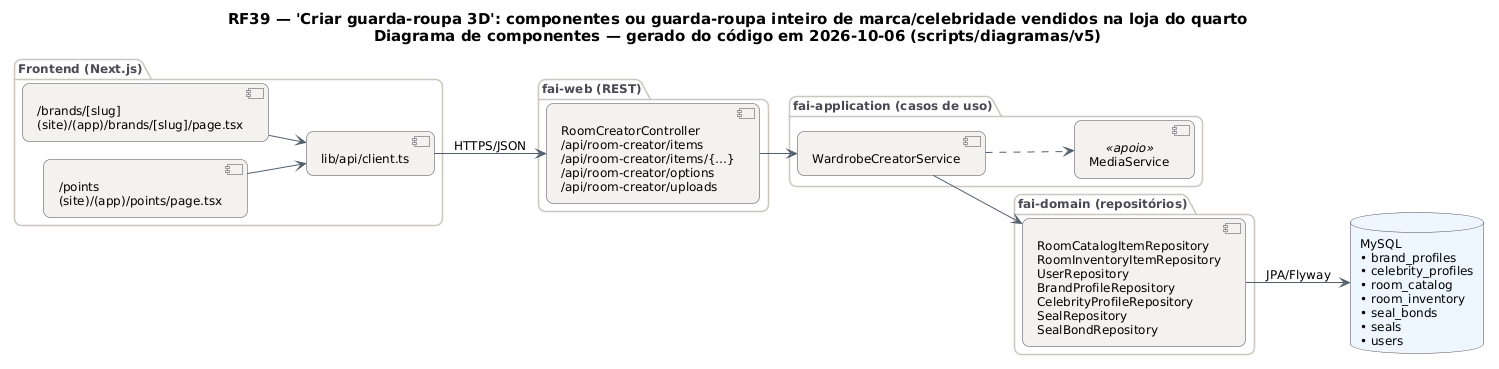
The PlantUML diagram docs/diagramas/RF39/RF39_Componentes.png in MatheusHaliski/tcc-2026-fashion-ai-backend, before a commit. The source it was exported from:
```plantuml
@startuml RF39_Componentes
!pragma layout smetana
skinparam backgroundColor #FFFFFF
skinparam shadowing false
skinparam defaultFontName "DejaVu Sans"
skinparam defaultFontSize 12
skinparam titleFontSize 15
skinparam roundcorner 14
skinparam ArrowColor #52606D
skinparam note {
  BackgroundColor #FFFDEB
  BorderColor #D8CE78
  FontColor #554F24
}
skinparam component {
  BackgroundColor #F4F2EF
  BorderColor #4A4852
}
skinparam package {
  BorderColor #CBC6BE
  FontColor #4A4852
}
skinparam database {
  BackgroundColor #EEF6FF
  BorderColor #4A4852
}
skinparam cloud {
  BackgroundColor #F0FBF6
  BorderColor #4A4852
}
left to right direction
title RF39 — 'Criar guarda-roupa 3D': componentes ou guarda-roupa inteiro de marca/celebridade vendidos na loja do quarto\nDiagrama de componentes — gerado do código em 2026-10-06 (scripts/diagramas/v5)

package "Frontend (Next.js)" {
  component "/brands/[slug]\n(site)/(app)/brands/[slug]/page.tsx" as FE0
  component "/points\n(site)/(app)/points/page.tsx" as FE1
  component "lib/api/client.ts" as APIC
}
package "fai-web (REST)" {
  component "RoomCreatorController\n/api/room-creator/items\n/api/room-creator/items/{…}\n/api/room-creator/options\n/api/room-creator/uploads" as RoomCreatorController
}
package "fai-application (casos de uso)" {
  component "WardrobeCreatorService" as WardrobeCreatorService
  component "MediaService" as MediaService <<apoio>>
}
package "fai-domain (repositórios)" {
  component "RoomCatalogItemRepository\nRoomInventoryItemRepository\nUserRepository\nBrandProfileRepository\nCelebrityProfileRepository\nSealRepository\nSealBondRepository" as REPO_MySQL
}
database "MySQL\n• brand_profiles\n• celebrity_profiles\n• room_catalog\n• room_inventory\n• seal_bonds\n• seals\n• users" as DB_MySQL
APIC --> RoomCreatorController : HTTPS/JSON
FE0 --> APIC
FE1 --> APIC
REPO_MySQL --> DB_MySQL : JPA/Flyway
RoomCreatorController --> WardrobeCreatorService
WardrobeCreatorService --> REPO_MySQL
WardrobeCreatorService ..> MediaService
@enduml
```
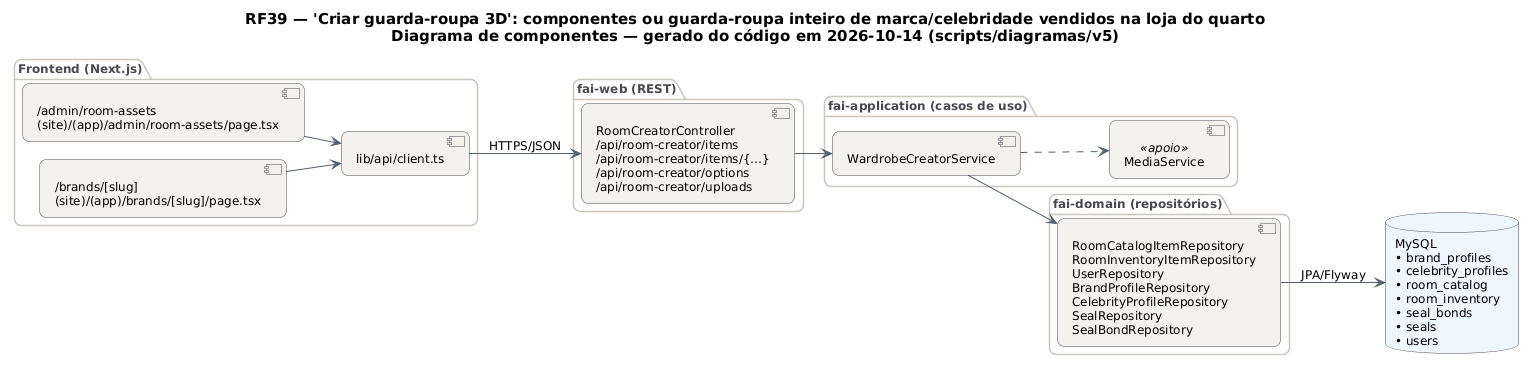
After the change.

The edit, as a diff of the source:
```diff
@@ -29,11 +29,11 @@
   BorderColor #4A4852
 }
 left to right direction
-title RF39 — 'Criar guarda-roupa 3D': componentes ou guarda-roupa inteiro de marca/celebridade vendidos na loja do quarto\nDiagrama de componentes — gerado do código em 2026-10-06 (scripts/diagramas/v5)
+title RF39 — 'Criar guarda-roupa 3D': componentes ou guarda-roupa inteiro de marca/celebridade vendidos na loja do quarto\nDiagrama de componentes — gerado do código em 2026-10-14 (scripts/diagramas/v5)
 
 package "Frontend (Next.js)" {
-  component "/brands/[slug]\n(site)/(app)/brands/[slug]/page.tsx" as FE0
-  component "/points\n(site)/(app)/points/page.tsx" as FE1
+  component "/admin/room-assets\n(site)/(app)/admin/room-assets/page.tsx" as FE0
+  component "/brands/[slug]\n(site)/(app)/brands/[slug]/page.tsx" as FE1
   component "lib/api/client.ts" as APIC
 }
 package "fai-web (REST)" {
```
